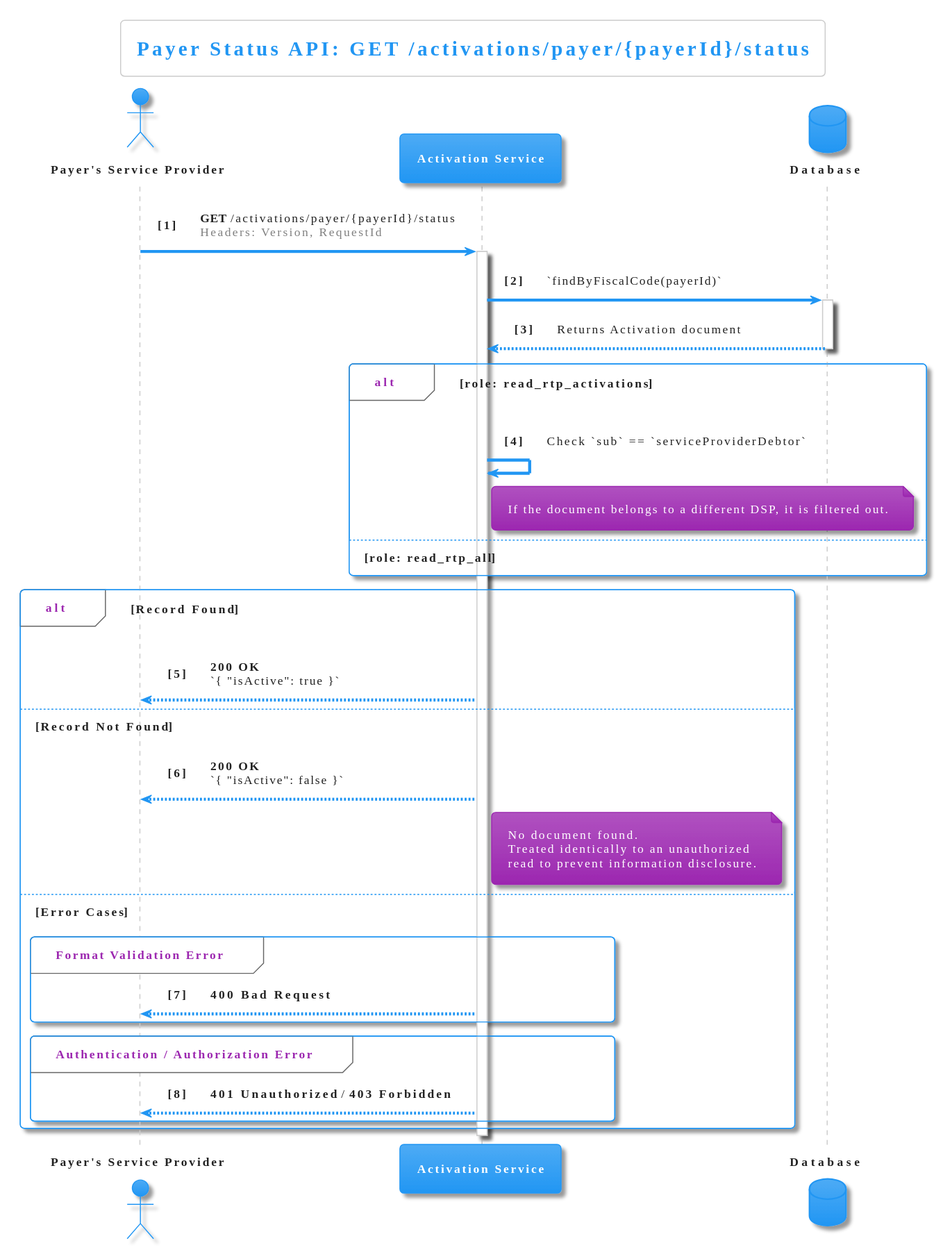
This is diagrams/get-payer-status.svg from pagopa/rtp-docs, a PlantUML export, as it was before one commit.
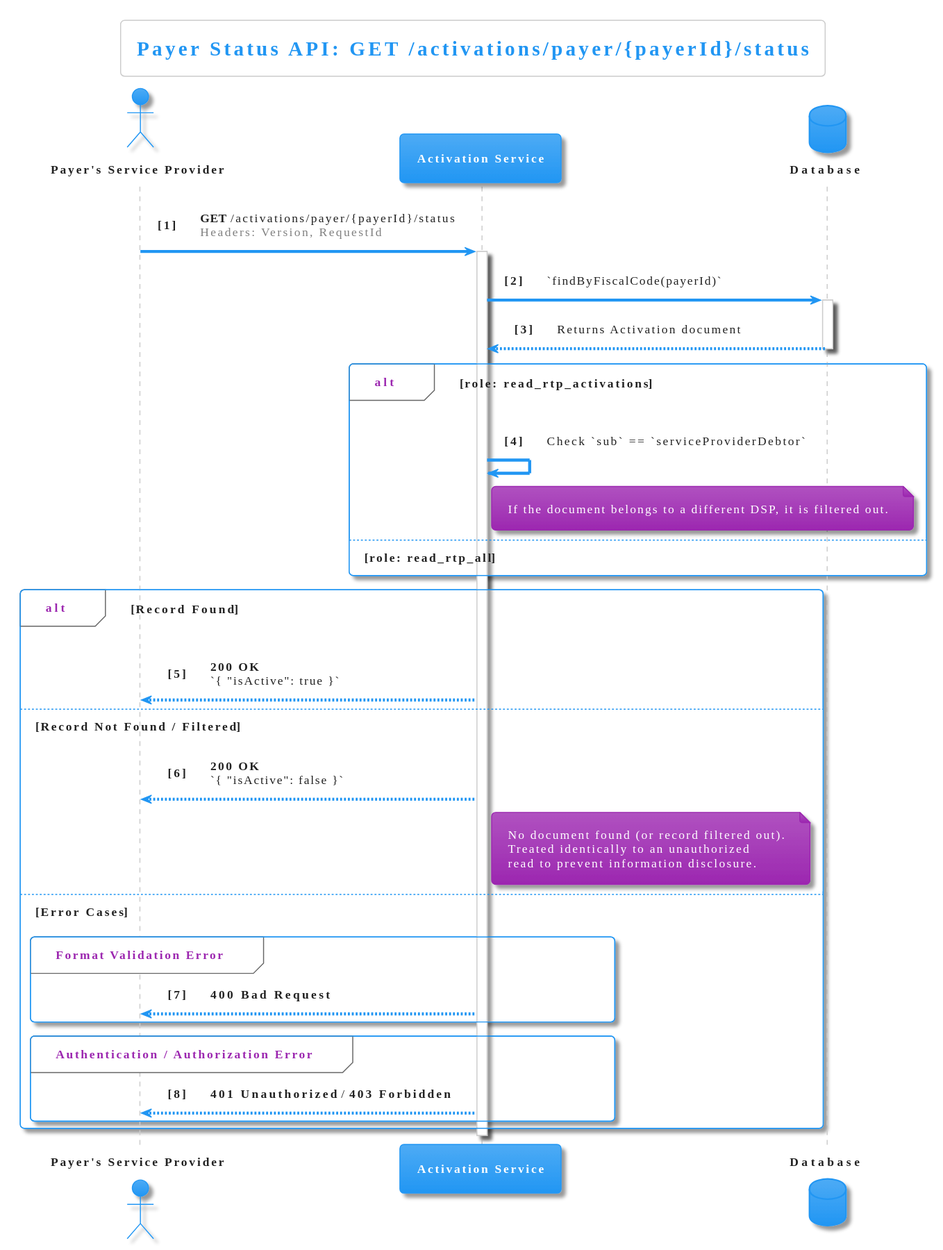
Later version of the same file.

What changed in the source:
```diff
@@ -34,10 +34,10 @@
     AS --> DSP: **200 OK**\n`{ "isActive": true }`
 
 
-else **Record Not Found**
+else **Record Not Found / Filtered**
 
     AS --> DSP: **200 OK**\n`{ "isActive": false }`
-    note right of AS: No document found.\nTreated identically to an unauthorized\nread to prevent information disclosure.
+    note right of AS: No document found (or record filtered out).\nTreated identically to an unauthorized\nread to prevent information disclosure.
 
 
 else **Error Cases**
```
